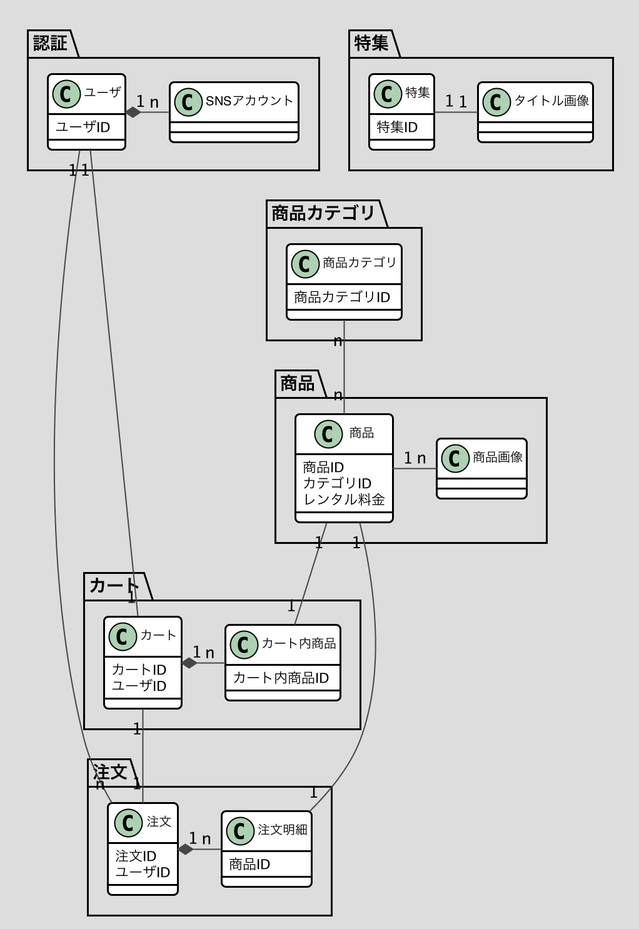
Earlier version of the PlantUML export docs/画像/ドメインモデル.png (nomura-kainos/japanese-ddd-sample).
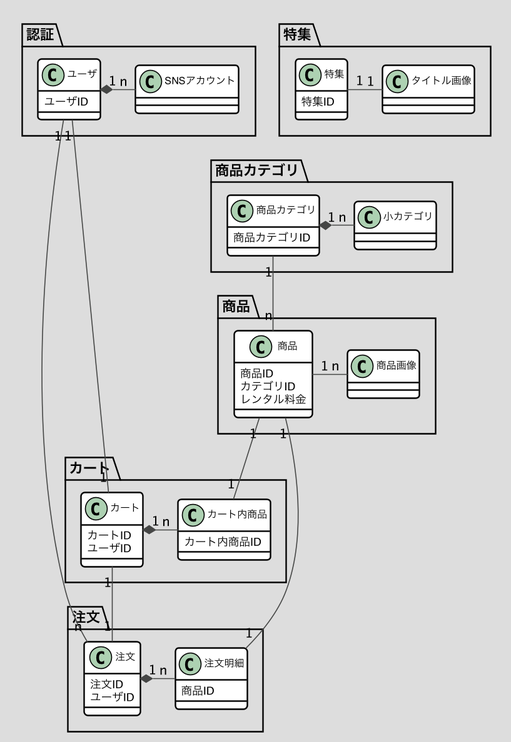
After the change.

Diff of the diagram source:
```diff
@@ -55,7 +55,7 @@
 商品.商品 "1" - "n" 商品.商品画像
 認証.ユーザ "1" ---- "1" カート.カート
 認証.ユーザ "1" ---- "n" 注文.注文
-商品カテゴリ.商品カテゴリ "n" -- "n" 商品.商品
+商品カテゴリ.商品カテゴリ "1" -- "n" 商品.商品
 カート.カート "1" -- "1" 注文.注文
 特集.特集 "1" - "1" 特集.タイトル画像
 
@@ -75,8 +75,10 @@
 
  namespace 商品カテゴリ {
    class 商品カテゴリ
+   class 小カテゴリ
  }
  商品カテゴリ.商品カテゴリ : 商品カテゴリID
+ 商品カテゴリ.商品カテゴリ "1" *- "n" 商品カテゴリ.小カテゴリ
 
  namespace カート {
    class カート
```
